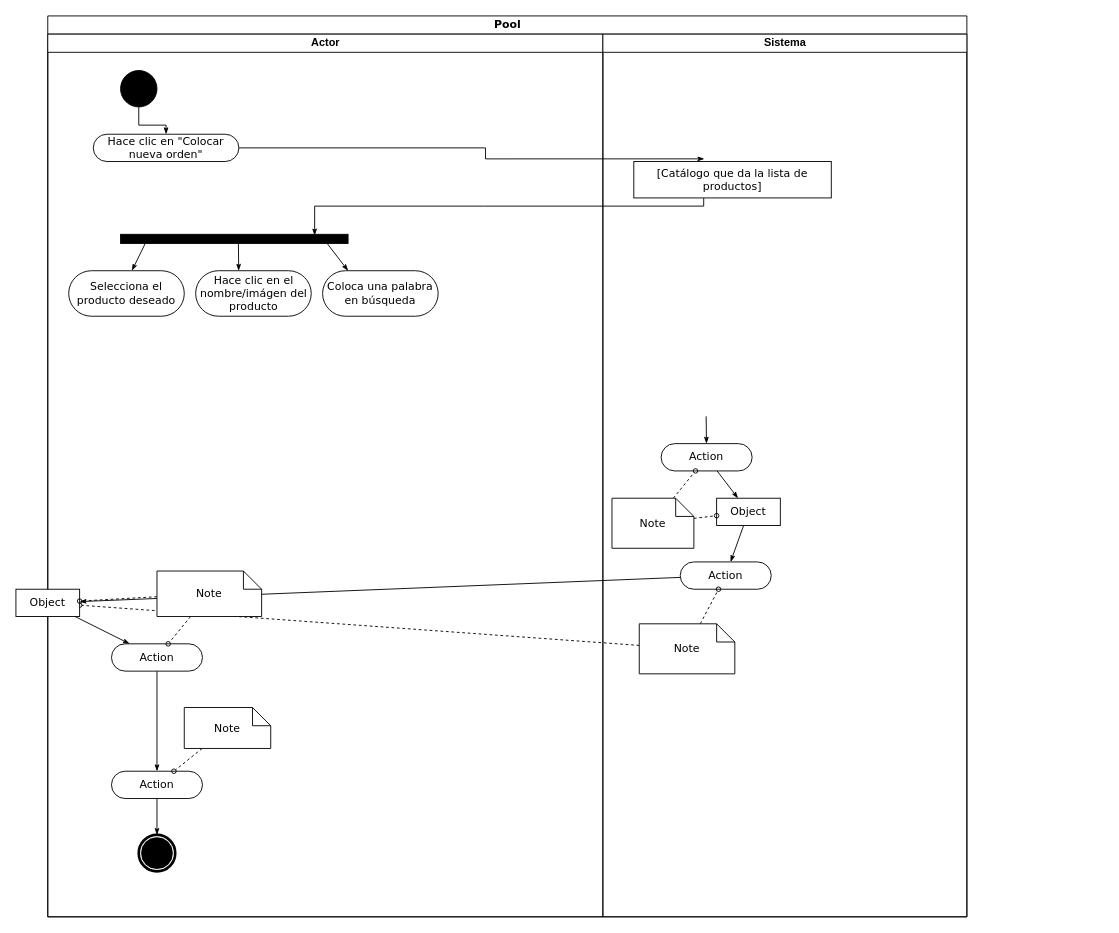
Before: Taller diagrama de actividades.drawio in NeutronBlast/IS-Ex, a draw.io diagram. Source tidied: cells renumbered, new cells numbered last; positions are measured from the earlier drawing's top-left corner, leaving out a move shared by most shapes. Both pictures are drawn from the tidied source at 91%, with x=0, y=0 at pixel (15, 15).
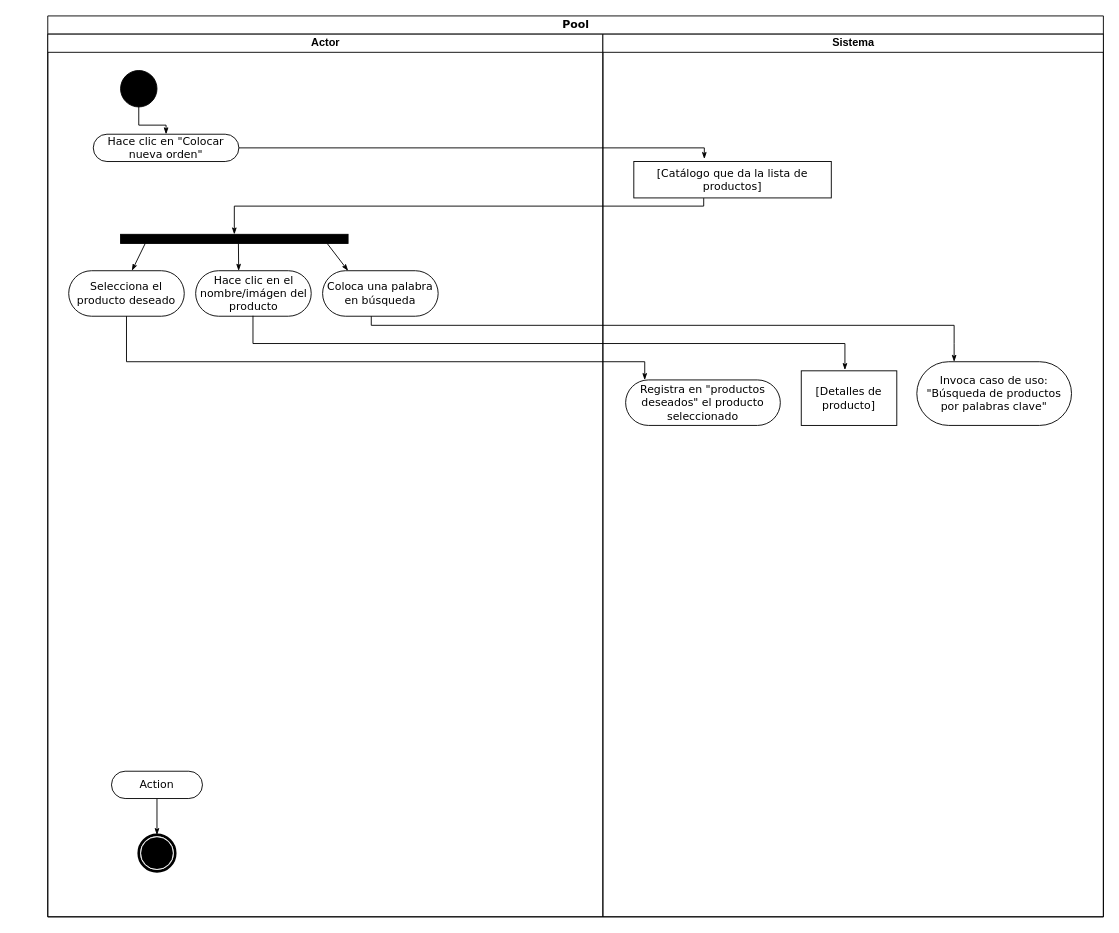
The same diagram, later.

The change refers to these unchanged cells:
```xml
<mxCell id="7" value="Actor" style="swimlane;html=1;startSize=20;" parent="2" vertex="1">
  <mxGeometry y="20" width="610" height="970" as="geometry" />
</mxCell>
<mxCell id="10" value="Hace clic en &quot;Colocar nueva orden&quot;" style="rounded=1;whiteSpace=wrap;html=1;shadow=0;comic=0;labelBackgroundColor=none;strokeColor=#000000;strokeWidth=1;fillColor=#ffffff;fontFamily=Verdana;fontSize=12;fontColor=#000000;align=center;arcSize=50;" parent="7" vertex="1">
  <mxGeometry x="50" y="110" width="160" height="30" as="geometry" />
</mxCell>
<mxCell id="16" value="Action" style="rounded=1;whiteSpace=wrap;html=1;shadow=0;comic=0;labelBackgroundColor=none;strokeColor=#000000;strokeWidth=1;fillColor=#ffffff;fontFamily=Verdana;fontSize=12;fontColor=#000000;align=center;arcSize=50;" parent="7" vertex="1">
  <mxGeometry x="70" y="810" width="100" height="30" as="geometry" />
</mxCell>
<mxCell id="23" style="whiteSpace=wrap;html=1;rounded=0;shadow=0;comic=0;labelBackgroundColor=none;strokeColor=#000000;strokeWidth=1;fillColor=#000000;fontFamily=Verdana;fontSize=12;fontColor=#000000;align=center;rotation=0;" parent="7" vertex="1">
  <mxGeometry x="80" y="220" width="250" height="10" as="geometry" />
</mxCell>
<mxCell id="27" value="Selecciona el producto deseado" style="rounded=1;whiteSpace=wrap;html=1;shadow=0;comic=0;labelBackgroundColor=none;strokeColor=#000000;strokeWidth=1;fillColor=#ffffff;fontFamily=Verdana;fontSize=12;fontColor=#000000;align=center;arcSize=50;" parent="7" vertex="1">
  <mxGeometry x="23" y="260" width="127" height="50" as="geometry" />
</mxCell>
<mxCell id="42" value="[Catálogo que da la lista de productos]" style="rounded=0;whiteSpace=wrap;html=1;shadow=0;comic=0;labelBackgroundColor=none;strokeColor=#000000;strokeWidth=1;fillColor=#ffffff;fontFamily=Verdana;fontSize=12;fontColor=#000000;align=center;arcSize=50;" parent="30" vertex="1">
  <mxGeometry x="34" y="140" width="217" height="40" as="geometry" />
</mxCell>
```

Change to the diagram source:
```diff
@@
     <mxCell id="2" value="Pool" style="swimlane;html=1;startSize=20;rounded=0;shadow=0;comic=0;labelBackgroundColor=none;strokeColor=#000000;strokeWidth=1;fillColor=#ffffff;fontFamily=Verdana;fontSize=12;fontColor=#000000;align=center;" parent="1" vertex="1">
-      <mxGeometry x="35" width="1010" height="990" as="geometry" />
+      <mxGeometry x="35" width="1160" height="990" as="geometry" />
     </mxCell>
     <mxCell id="3" style="edgeStyle=orthogonalEdgeStyle;rounded=0;html=1;labelBackgroundColor=none;startArrow=none;startFill=0;startSize=5;endArrow=classicThin;endFill=1;endSize=5;jettySize=auto;strokeColor=#000000;strokeWidth=1;fontFamily=Verdana;fontSize=12;fontColor=#000000;entryX=0.357;entryY=-0.073;entryDx=0;entryDy=0;entryPerimeter=0;" parent="2" edge="1" source="10" target="42">
       <mxGeometry relative="1" as="geometry">
         <Array as="points">
-          <mxPoint x="481" y="145" />
+          <mxPoint x="721" y="145" />
         </Array>
       </mxGeometry>
     </mxCell>
-    <mxCell id="4" style="edgeStyle=none;rounded=0;html=1;labelBackgroundColor=none;startArrow=none;startFill=0;startSize=5;endArrow=classicThin;endFill=1;endSize=5;jettySize=auto;strokeColor=#000000;strokeWidth=1;fontFamily=Verdana;fontSize=12;fontColor=#000000;" parent="2" edge="1" source="36" target="12">
-      <mxGeometry relative="1" as="geometry" />
-    </mxCell>
-    <mxCell id="5" style="edgeStyle=none;rounded=0;html=1;dashed=1;labelBackgroundColor=none;startArrow=none;startFill=0;startSize=5;endArrow=oval;endFill=0;endSize=5;jettySize=auto;strokeColor=#000000;strokeWidth=1;fontFamily=Verdana;fontSize=12;fontColor=#000000;" parent="2" edge="1" source="41" target="12">
-      <mxGeometry relative="1" as="geometry" />
-    </mxCell>
-    <mxCell id="6" style="edgeStyle=orthogonalEdgeStyle;rounded=0;html=1;labelBackgroundColor=none;startArrow=none;startFill=0;startSize=5;endArrow=classicThin;endFill=1;endSize=5;jettySize=auto;strokeColor=#000000;strokeWidth=1;fontFamily=Verdana;fontSize=12;fontColor=#000000;exitX=0.354;exitY=1.006;exitDx=0;exitDy=0;exitPerimeter=0;entryX=0.853;entryY=0.124;entryDx=0;entryDy=0;entryPerimeter=0;" parent="2" edge="1" source="42" target="23">
+    <mxCell id="6" style="edgeStyle=orthogonalEdgeStyle;rounded=0;html=1;labelBackgroundColor=none;startArrow=none;startFill=0;startSize=5;endArrow=classicThin;endFill=1;endSize=5;jettySize=auto;strokeColor=#000000;strokeWidth=1;fontFamily=Verdana;fontSize=12;fontColor=#000000;exitX=0.354;exitY=1.006;exitDx=0;exitDy=0;exitPerimeter=0;entryX=0.5;entryY=0;entryDx=0;entryDy=0;entryPerimeter=0;" parent="2" edge="1" source="42" target="23">
       <mxGeometry relative="1" as="geometry">
         <Array as="points">
-          <mxPoint x="480" y="209" />
-          <mxPoint x="181" y="209" />
+          <mxPoint x="720" y="209" />
+          <mxPoint x="205" y="209" />
         </Array>
       </mxGeometry>
     </mxCell>
@@
-    <mxCell id="11" style="edgeStyle=none;rounded=0;html=1;labelBackgroundColor=none;startArrow=none;startFill=0;startSize=5;endArrow=classicThin;endFill=1;endSize=5;jettySize=auto;strokeColor=#000000;strokeWidth=1;fontFamily=Verdana;fontSize=12;fontColor=#000000;" parent="7" edge="1" source="12" target="14">
-      <mxGeometry relative="1" as="geometry" />
-    </mxCell>
-    <mxCell id="12" value="Object" style="rounded=0;whiteSpace=wrap;html=1;shadow=0;comic=0;labelBackgroundColor=none;strokeColor=#000000;strokeWidth=1;fillColor=#ffffff;fontFamily=Verdana;fontSize=12;fontColor=#000000;align=center;arcSize=50;" parent="7" vertex="1">
-      <mxGeometry x="-35" y="610" width="70" height="30" as="geometry" />
-    </mxCell>
-    <mxCell id="13" style="edgeStyle=none;rounded=0;html=1;labelBackgroundColor=none;startArrow=none;startFill=0;startSize=5;endArrow=classicThin;endFill=1;endSize=5;jettySize=auto;strokeColor=#000000;strokeWidth=1;fontFamily=Verdana;fontSize=12;fontColor=#000000;" parent="7" edge="1" source="14" target="16">
-      <mxGeometry relative="1" as="geometry" />
-    </mxCell>
-    <mxCell id="14" value="Action" style="rounded=1;whiteSpace=wrap;html=1;shadow=0;comic=0;labelBackgroundColor=none;strokeColor=#000000;strokeWidth=1;fillColor=#ffffff;fontFamily=Verdana;fontSize=12;fontColor=#000000;align=center;arcSize=50;" parent="7" vertex="1">
-      <mxGeometry x="70" y="670" width="100" height="30" as="geometry" />
-    </mxCell>
@@
-    <mxCell id="18" style="edgeStyle=none;rounded=0;html=1;dashed=1;labelBackgroundColor=none;startArrow=none;startFill=0;startSize=5;endArrow=oval;endFill=0;endSize=5;jettySize=auto;strokeColor=#000000;strokeWidth=1;fontFamily=Verdana;fontSize=12;fontColor=#000000;" parent="7" edge="1" source="20" target="14">
-      <mxGeometry relative="1" as="geometry" />
-    </mxCell>
-    <mxCell id="19" style="edgeStyle=none;rounded=0;html=1;dashed=1;labelBackgroundColor=none;startArrow=none;startFill=0;startSize=5;endArrow=oval;endFill=0;endSize=5;jettySize=auto;strokeColor=#000000;strokeWidth=1;fontFamily=Verdana;fontSize=12;fontColor=#000000;" parent="7" edge="1" source="20" target="12">
-      <mxGeometry relative="1" as="geometry" />
-    </mxCell>
-    <mxCell id="20" value="Note" style="shape=note;whiteSpace=wrap;html=1;rounded=0;shadow=0;comic=0;labelBackgroundColor=none;strokeColor=#000000;strokeWidth=1;fillColor=#ffffff;fontFamily=Verdana;fontSize=12;fontColor=#000000;align=center;size=20;" parent="7" vertex="1">
-      <mxGeometry x="120" y="590" width="115" height="50" as="geometry" />
-    </mxCell>
-    <mxCell id="21" style="edgeStyle=none;rounded=0;html=1;dashed=1;labelBackgroundColor=none;startArrow=none;startFill=0;startSize=5;endArrow=oval;endFill=0;endSize=5;jettySize=auto;strokeColor=#000000;strokeWidth=1;fontFamily=Verdana;fontSize=12;fontColor=#000000;" parent="7" edge="1" source="22" target="16">
-      <mxGeometry relative="1" as="geometry" />
-    </mxCell>
-    <mxCell id="22" value="Note" style="shape=note;whiteSpace=wrap;html=1;rounded=0;shadow=0;comic=0;labelBackgroundColor=none;strokeColor=#000000;strokeWidth=1;fillColor=#ffffff;fontFamily=Verdana;fontSize=12;fontColor=#000000;align=center;size=20;" parent="7" vertex="1">
-      <mxGeometry x="150" y="740" width="95" height="45" as="geometry" />
-    </mxCell>
@@
+    <mxCell id="43" style="edgeStyle=orthogonalEdgeStyle;rounded=0;html=1;labelBackgroundColor=none;startArrow=none;startFill=0;startSize=5;endArrow=classicThin;endFill=1;endSize=5;jettySize=auto;orthogonalLoop=1;strokeColor=#000000;strokeWidth=1;fontFamily=Verdana;fontSize=12;fontColor=#000000;" parent="7" edge="1">
+      <mxGeometry relative="1" as="geometry">
+        <mxPoint x="225.5" y="309.5" as="sourcePoint" />
+        <mxPoint x="876" y="369" as="targetPoint" />
+        <Array as="points">
+          <mxPoint x="225" y="340" />
+          <mxPoint x="876" y="340" />
+        </Array>
+      </mxGeometry>
+    </mxCell>
+    <mxCell id="44" style="edgeStyle=orthogonalEdgeStyle;rounded=0;html=1;labelBackgroundColor=none;startArrow=none;startFill=0;startSize=5;endArrow=classicThin;endFill=1;endSize=5;jettySize=auto;orthogonalLoop=1;strokeColor=#000000;strokeWidth=1;fontFamily=Verdana;fontSize=12;fontColor=#000000;" parent="7" edge="1">
+      <mxGeometry relative="1" as="geometry">
+        <mxPoint x="355.5" y="310" as="sourcePoint" />
+        <mxPoint x="996" y="360" as="targetPoint" />
+        <Array as="points">
+          <mxPoint x="356" y="320" />
+          <mxPoint x="996" y="320" />
+          <mxPoint x="996" y="340" />
+        </Array>
+      </mxGeometry>
+    </mxCell>
+    <mxCell id="45" style="edgeStyle=orthogonalEdgeStyle;rounded=0;html=1;labelBackgroundColor=none;startArrow=none;startFill=0;startSize=5;endArrow=classicThin;endFill=1;endSize=5;jettySize=auto;strokeColor=#000000;strokeWidth=1;fontFamily=Verdana;fontSize=12;fontColor=#000000;exitX=0.5;exitY=1;exitDx=0;exitDy=0;" parent="2" edge="1" source="27">
+      <mxGeometry relative="1" as="geometry">
+        <mxPoint x="656" y="400" as="targetPoint" />
+        <Array as="points">
+          <mxPoint x="86" y="380" />
+          <mxPoint x="656" y="380" />
+        </Array>
+      </mxGeometry>
+    </mxCell>
     <mxCell id="30" value="Sistema&lt;br&gt;" style="swimlane;html=1;startSize=20;" parent="2" vertex="1">
-      <mxGeometry x="610" y="20" width="400" height="970" as="geometry" />
+      <mxGeometry x="610" y="20" width="550" height="970" as="geometry" />
     </mxCell>
-    <mxCell id="31" style="edgeStyle=none;rounded=0;html=1;labelBackgroundColor=none;startArrow=none;startFill=0;startSize=5;endArrow=classicThin;endFill=1;endSize=5;jettySize=auto;strokeColor=#000000;strokeWidth=1;fontFamily=Verdana;fontSize=12;fontColor=#000000;" parent="30" edge="1" source="32" target="35">
-      <mxGeometry relative="1" as="geometry" />
-    </mxCell>
-    <mxCell id="32" value="Action" style="rounded=1;whiteSpace=wrap;html=1;shadow=0;comic=0;labelBackgroundColor=none;strokeColor=#000000;strokeWidth=1;fillColor=#ffffff;fontFamily=Verdana;fontSize=12;fontColor=#000000;align=center;arcSize=50;" parent="30" vertex="1">
-      <mxGeometry x="64" y="450" width="100" height="30" as="geometry" />
-    </mxCell>
-    <mxCell id="33" style="edgeStyle=none;rounded=0;html=1;labelBackgroundColor=none;startArrow=none;startFill=0;startSize=5;endArrow=classicThin;endFill=1;endSize=5;jettySize=auto;strokeColor=#000000;strokeWidth=1;fontFamily=Verdana;fontSize=12;fontColor=#000000;" parent="30" edge="1" target="32">
-      <mxGeometry relative="1" as="geometry">
-        <mxPoint x="113.5" y="420" as="sourcePoint" />
-      </mxGeometry>
-    </mxCell>
-    <mxCell id="34" style="edgeStyle=none;rounded=0;html=1;labelBackgroundColor=none;startArrow=none;startFill=0;startSize=5;endArrow=classicThin;endFill=1;endSize=5;jettySize=auto;strokeColor=#000000;strokeWidth=1;fontFamily=Verdana;fontSize=12;fontColor=#000000;" parent="30" edge="1" source="35" target="36">
-      <mxGeometry relative="1" as="geometry" />
-    </mxCell>
-    <mxCell id="35" value="Object" style="rounded=0;whiteSpace=wrap;html=1;shadow=0;comic=0;labelBackgroundColor=none;strokeColor=#000000;strokeWidth=1;fillColor=#ffffff;fontFamily=Verdana;fontSize=12;fontColor=#000000;align=center;arcSize=50;" parent="30" vertex="1">
-      <mxGeometry x="125" y="510" width="70" height="30" as="geometry" />
-    </mxCell>
-    <mxCell id="36" value="Action" style="rounded=1;whiteSpace=wrap;html=1;shadow=0;comic=0;labelBackgroundColor=none;strokeColor=#000000;strokeWidth=1;fillColor=#ffffff;fontFamily=Verdana;fontSize=12;fontColor=#000000;align=center;arcSize=50;" parent="30" vertex="1">
-      <mxGeometry x="85" y="580" width="100" height="30" as="geometry" />
-    </mxCell>
-    <mxCell id="37" style="edgeStyle=none;rounded=0;html=1;dashed=1;labelBackgroundColor=none;startArrow=none;startFill=0;startSize=5;endArrow=oval;endFill=0;endSize=5;jettySize=auto;strokeColor=#000000;strokeWidth=1;fontFamily=Verdana;fontSize=12;fontColor=#000000;" parent="30" edge="1" source="39" target="32">
-      <mxGeometry relative="1" as="geometry" />
-    </mxCell>
-    <mxCell id="38" style="edgeStyle=none;rounded=0;html=1;dashed=1;labelBackgroundColor=none;startArrow=none;startFill=0;startSize=5;endArrow=oval;endFill=0;endSize=5;jettySize=auto;strokeColor=#000000;strokeWidth=1;fontFamily=Verdana;fontSize=12;fontColor=#000000;" parent="30" edge="1" source="39" target="35">
-      <mxGeometry relative="1" as="geometry" />
-    </mxCell>
-    <mxCell id="39" value="Note" style="shape=note;whiteSpace=wrap;html=1;rounded=0;shadow=0;comic=0;labelBackgroundColor=none;strokeColor=#000000;strokeWidth=1;fillColor=#ffffff;fontFamily=Verdana;fontSize=12;fontColor=#000000;align=center;size=20;" parent="30" vertex="1">
-      <mxGeometry x="10" y="510" width="90" height="55" as="geometry" />
-    </mxCell>
-    <mxCell id="40" style="edgeStyle=none;rounded=0;html=1;dashed=1;labelBackgroundColor=none;startArrow=none;startFill=0;startSize=5;endArrow=oval;endFill=0;endSize=5;jettySize=auto;strokeColor=#000000;strokeWidth=1;fontFamily=Verdana;fontSize=12;fontColor=#000000;" parent="30" edge="1" source="41" target="36">
-      <mxGeometry relative="1" as="geometry" />
-    </mxCell>
-    <mxCell id="41" value="Note" style="shape=note;whiteSpace=wrap;html=1;rounded=0;shadow=0;comic=0;labelBackgroundColor=none;strokeColor=#000000;strokeWidth=1;fillColor=#ffffff;fontFamily=Verdana;fontSize=12;fontColor=#000000;align=center;size=20;" parent="30" vertex="1">
-      <mxGeometry x="40" y="648" width="105" height="55" as="geometry" />
-    </mxCell>
@@
+    <mxCell id="46" value="Registra en &quot;productos deseados&quot; el producto seleccionado" style="rounded=1;whiteSpace=wrap;html=1;shadow=0;comic=0;labelBackgroundColor=none;strokeColor=#000000;strokeWidth=1;fillColor=#ffffff;fontFamily=Verdana;fontSize=12;fontColor=#000000;align=center;arcSize=50;" parent="30" vertex="1">
+      <mxGeometry x="25" y="380" width="170" height="50" as="geometry" />
+    </mxCell>
+    <mxCell id="47" value="Invoca caso de uso: &quot;Búsqueda de productos por palabras clave&quot;" style="rounded=1;whiteSpace=wrap;html=1;shadow=0;comic=0;labelBackgroundColor=none;strokeColor=#000000;strokeWidth=1;fillColor=#ffffff;fontFamily=Verdana;fontSize=12;fontColor=#000000;align=center;arcSize=50;" parent="30" vertex="1">
+      <mxGeometry x="345" y="360" width="170" height="70" as="geometry" />
+    </mxCell>
+    <mxCell id="48" value="[Detalles de producto]" style="rounded=0;whiteSpace=wrap;html=1;shadow=0;comic=0;labelBackgroundColor=none;strokeColor=#000000;strokeWidth=1;fillColor=#ffffff;fontFamily=Verdana;fontSize=12;fontColor=#000000;align=center;arcSize=50;" parent="30" vertex="1">
+      <mxGeometry x="218" y="370" width="105" height="60" as="geometry" />
+    </mxCell>
```
